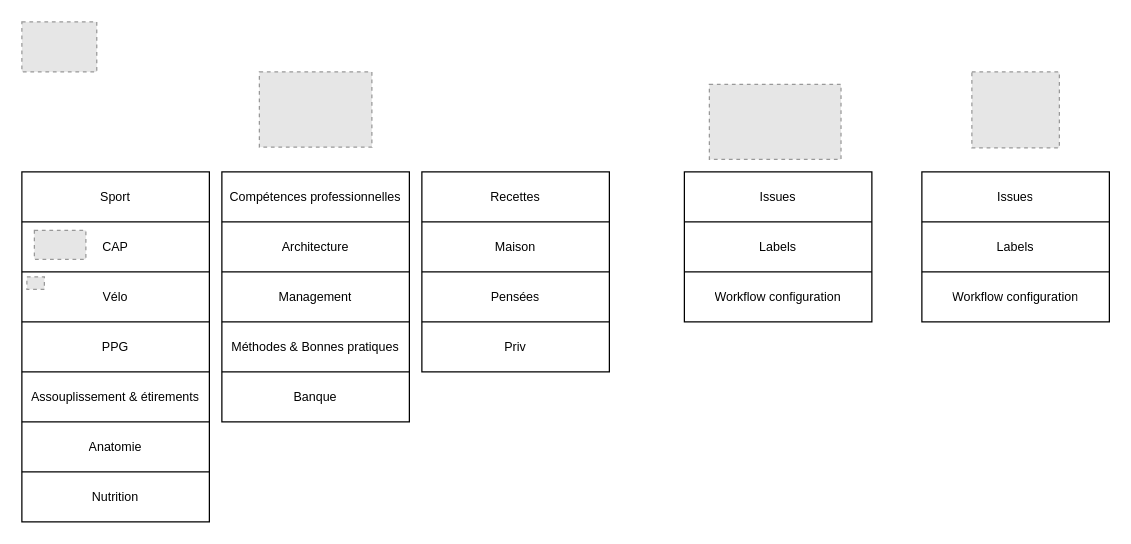
TheFeloDevTeam/Diagrams keeps this draw.io diagram as MyDesktop.drawio. Above is the earlier version. Source tidied: cells renumbered, new cells numbered last; positions are measured from the earlier drawing's top-left corner, leaving out a move shared by most shapes. Both pictures are drawn from the tidied source at 125%, with x=0, y=0 at pixel (21, 21). Pictures stored in the file or linked from it are replaced by grey dashed boxes.
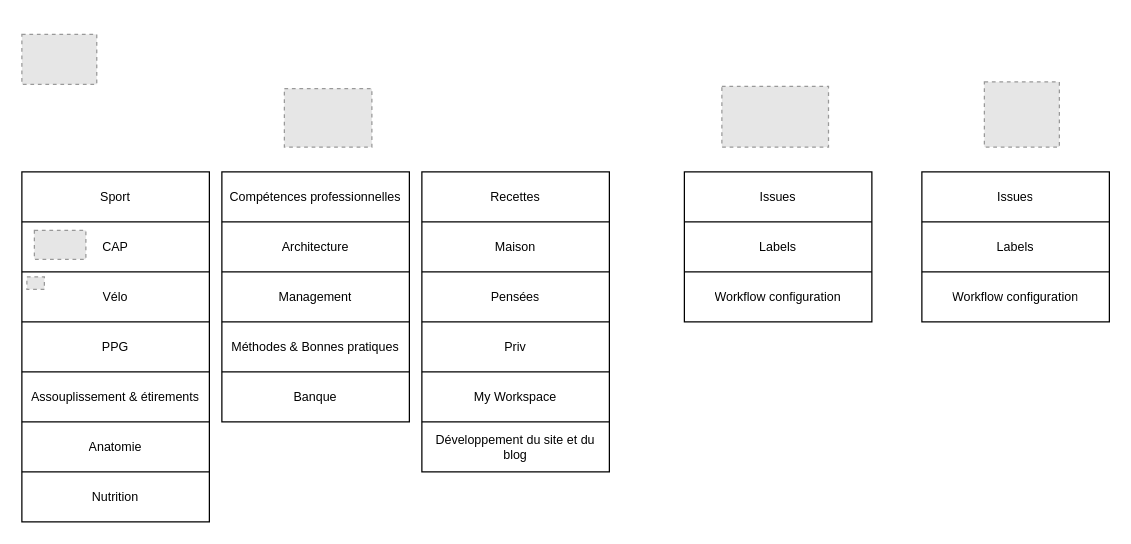
After the change.

Change to the diagram source:
```diff
@@
     <mxCell id="19" style="fillColor=#E6E6E6;strokeColor=#999999;dashed=1;verticalLabelPosition=bottom;labelBackgroundColor=#ffffff;verticalAlign=top;" parent="1" vertex="1">
-      <mxGeometry x="190" y="40" width="90" height="60.2" as="geometry" />
+      <mxGeometry x="210" y="53.4" width="70" height="46.8" as="geometry" />
     </mxCell>
@@
     <mxCell id="31" style="shape=table;html=1;whiteSpace=wrap;startSize=0;childLayout=tableLayout;fontSize=10;spacing=4;" parent="1" vertex="1">
-      <mxGeometry x="320" y="120" width="150" height="160" as="geometry" />
+      <mxGeometry x="320" y="120" width="150" height="240" as="geometry" />
     </mxCell>
@@
+    <mxCell id="57" style="shape=partialRectangle;html=1;whiteSpace=wrap;fillColor=none;top=0;left=0;bottom=0;right=0;fontSize=10;spacing=4;" parent="31" vertex="1">
+      <mxGeometry y="160" width="150" height="40" as="geometry" />
+    </mxCell>
+    <mxCell id="58" value="My Workspace" style="shape=partialRectangle;html=1;whiteSpace=wrap;fillColor=none;top=0;left=0;bottom=0;right=0;overflow=hidden;fontSize=10;spacing=4;" parent="57" vertex="1">
+      <mxGeometry width="150" height="40" as="geometry" />
+    </mxCell>
+    <mxCell id="59" style="shape=partialRectangle;html=1;whiteSpace=wrap;fillColor=none;top=0;left=0;bottom=0;right=0;fontSize=10;spacing=4;" parent="31" vertex="1">
+      <mxGeometry y="200" width="150" height="40" as="geometry" />
+    </mxCell>
+    <mxCell id="60" value="Développement du site et du blog" style="shape=partialRectangle;fillColor=none;top=0;left=0;bottom=0;right=0;overflow=hidden;fontSize=10;spacing=4;whiteSpace=wrap;html=1;" parent="59" vertex="1">
+      <mxGeometry width="150" height="40" as="geometry" />
+    </mxCell>
     <mxCell id="40" style="fillColor=#E6E6E6;strokeColor=#999999;dashed=1;verticalLabelPosition=bottom;labelBackgroundColor=#ffffff;verticalAlign=top;" parent="1" vertex="1">
-      <mxGeometry width="59.9" height="40" as="geometry" />
+      <mxGeometry y="10" width="59.9" height="40" as="geometry" />
     </mxCell>
@@
     <mxCell id="48" style="fillColor=#E6E6E6;strokeColor=#999999;dashed=1;verticalLabelPosition=bottom;labelBackgroundColor=#ffffff;verticalAlign=top;" parent="1" vertex="1">
-      <mxGeometry x="550" y="50" width="105.3" height="60" as="geometry" />
+      <mxGeometry x="560" y="51.6" width="85.3" height="48.6" as="geometry" />
     </mxCell>
     <mxCell id="49" style="fillColor=#E6E6E6;strokeColor=#999999;dashed=1;verticalLabelPosition=bottom;labelBackgroundColor=#ffffff;verticalAlign=top;" parent="1" vertex="1">
-      <mxGeometry x="760" y="40" width="70" height="60.8" as="geometry" />
+      <mxGeometry x="770" y="48" width="60" height="52.1" as="geometry" />
     </mxCell>
```
